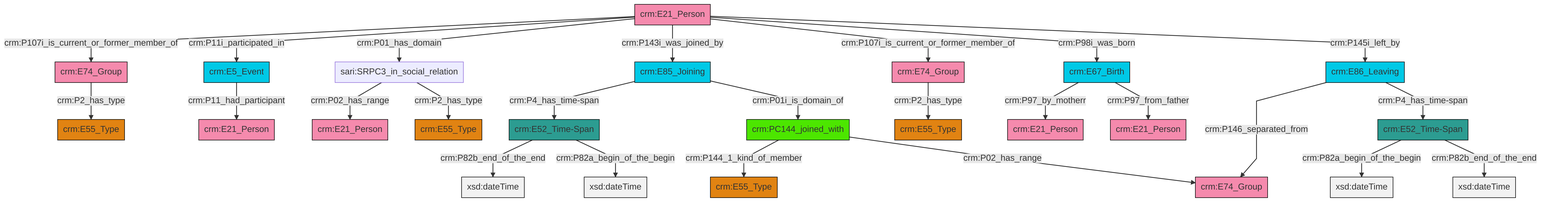
swiss-art-research-net/reference-data-models keeps this Mermaid diagram as et/personCSV/ttl/mmd/png/Person_Actor_Relations.png. Above is the earlier version. Its source is kept beside it as et/personCSV/ttl/mmd/Person_Actor_Relations.ttl.mmd.
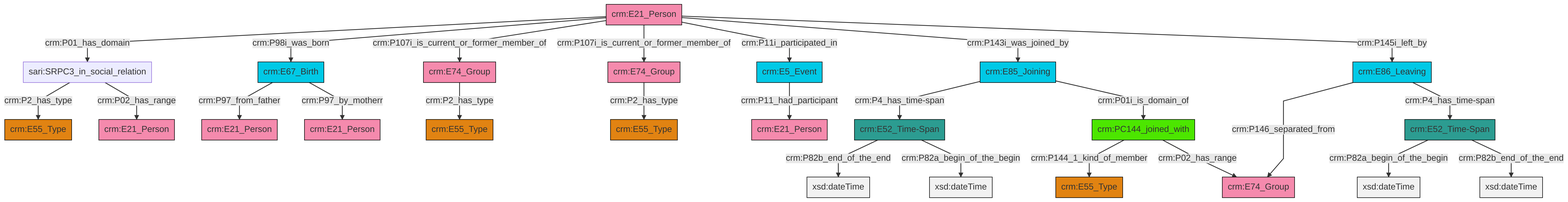
After the change.

What changed in the source:
```diff
@@ -13,27 +13,27 @@
 classDef PC_Classes fill:#4ce600, stroke:#000000;
 classDef Multi fill:#cccccc,stroke:#000000;
 
-0["crm:E86_Leaving"]:::Temporal_Entity -->|crm:P146_separated_from| 1["crm:E74_Group"]:::Actor
-2["crm:E52_Time-Span"]:::Time-Span -->|crm:P82b_end_of_the_end| 3[xsd:dateTime]:::Literal
-10["crm:E21_Person"]:::Actor -->|crm:P107i_is_current_or_former_member_of| 11["crm:E74_Group"]:::Actor
-14["crm:PC144_joined_with"]:::PC_Classes -->|crm:P144_1_kind_of_member| 15["crm:E55_Type"]:::Type
-0["crm:E86_Leaving"]:::Temporal_Entity -->|crm:P4_has_time-span| 20["crm:E52_Time-Span"]:::Time-Span
-20["crm:E52_Time-Span"]:::Time-Span -->|crm:P82a_begin_of_the_begin| 21[xsd:dateTime]:::Literal
-10["crm:E21_Person"]:::Actor -->|crm:P11i_participated_in| 18["crm:E5_Event"]:::Temporal_Entity
-22["crm:E67_Birth"]:::Temporal_Entity -->|crm:P97_by_motherr| 8["crm:E21_Person"]:::Actor
-12["sari:SRPC3_in_social_relation"]:::Default -->|crm:P02_has_range| 23["crm:E21_Person"]:::Actor
-2["crm:E52_Time-Span"]:::Time-Span -->|crm:P82a_begin_of_the_begin| 24[xsd:dateTime]:::Literal
-11["crm:E74_Group"]:::Actor -->|crm:P2_has_type| 26["crm:E55_Type"]:::Type
-10["crm:E21_Person"]:::Actor -->|crm:P01_has_domain| 12["sari:SRPC3_in_social_relation"]:::Default
-14["crm:PC144_joined_with"]:::PC_Classes -->|crm:P02_has_range| 1["crm:E74_Group"]:::Actor
-10["crm:E21_Person"]:::Actor -->|crm:P143i_was_joined_by| 29["crm:E85_Joining"]:::Temporal_Entity
-12["sari:SRPC3_in_social_relation"]:::Default -->|crm:P2_has_type| 30["crm:E55_Type"]:::Type
-10["crm:E21_Person"]:::Actor -->|crm:P107i_is_current_or_former_member_of| 4["crm:E74_Group"]:::Actor
-10["crm:E21_Person"]:::Actor -->|crm:P98i_was_born| 22["crm:E67_Birth"]:::Temporal_Entity
-4["crm:E74_Group"]:::Actor -->|crm:P2_has_type| 6["crm:E55_Type"]:::Type
-20["crm:E52_Time-Span"]:::Time-Span -->|crm:P82b_end_of_the_end| 32[xsd:dateTime]:::Literal
-18["crm:E5_Event"]:::Temporal_Entity -->|crm:P11_had_participant| 27["crm:E21_Person"]:::Actor
-10["crm:E21_Person"]:::Actor -->|crm:P145i_left_by| 0["crm:E86_Leaving"]:::Temporal_Entity
-29["crm:E85_Joining"]:::Temporal_Entity -->|crm:P4_has_time-span| 2["crm:E52_Time-Span"]:::Time-Span
-22["crm:E67_Birth"]:::Temporal_Entity -->|crm:P97_from_father| 36["crm:E21_Person"]:::Actor
-29["crm:E85_Joining"]:::Temporal_Entity -->|crm:P01i_is_domain_of| 14["crm:PC144_joined_with"]:::PC_Classes
+0["crm:E5_Event"]:::Temporal_Entity -->|crm:P11_had_participant| 6["crm:E21_Person"]:::Actor
+7["crm:PC144_joined_with"]:::PC_Classes -->|crm:P144_1_kind_of_member| 9["crm:E55_Type"]:::Type
+14["crm:E21_Person"]:::Actor -->|crm:P01_has_domain| 15["sari:SRPC3_in_social_relation"]:::Default
+12["crm:E52_Time-Span"]:::Time-Span -->|crm:P82b_end_of_the_end| 16[xsd:dateTime]:::Literal
+17["crm:E85_Joining"]:::Temporal_Entity -->|crm:P4_has_time-span| 12["crm:E52_Time-Span"]:::Time-Span
+23["crm:E52_Time-Span"]:::Time-Span -->|crm:P82a_begin_of_the_begin| 24[xsd:dateTime]:::Literal
+27["crm:E67_Birth"]:::Temporal_Entity -->|crm:P97_from_father| 28["crm:E21_Person"]:::Actor
+14["crm:E21_Person"]:::Actor -->|crm:P98i_was_born| 27["crm:E67_Birth"]:::Temporal_Entity
+34["crm:E86_Leaving"]:::Temporal_Entity -->|crm:P146_separated_from| 4["crm:E74_Group"]:::Actor
+14["crm:E21_Person"]:::Actor -->|crm:P107i_is_current_or_former_member_of| 32["crm:E74_Group"]:::Actor
+14["crm:E21_Person"]:::Actor -->|crm:P107i_is_current_or_former_member_of| 25["crm:E74_Group"]:::Actor
+15["sari:SRPC3_in_social_relation"]:::Default -->|crm:P2_has_type| 10["crm:E55_Type"]:::Type
+23["crm:E52_Time-Span"]:::Time-Span -->|crm:P82b_end_of_the_end| 35[xsd:dateTime]:::Literal
+25["crm:E74_Group"]:::Actor -->|crm:P2_has_type| 20["crm:E55_Type"]:::Type
+14["crm:E21_Person"]:::Actor -->|crm:P11i_participated_in| 0["crm:E5_Event"]:::Temporal_Entity
+14["crm:E21_Person"]:::Actor -->|crm:P143i_was_joined_by| 17["crm:E85_Joining"]:::Temporal_Entity
+27["crm:E67_Birth"]:::Temporal_Entity -->|crm:P97_by_motherr| 39["crm:E21_Person"]:::Actor
+15["sari:SRPC3_in_social_relation"]:::Default -->|crm:P02_has_range| 2["crm:E21_Person"]:::Actor
+17["crm:E85_Joining"]:::Temporal_Entity -->|crm:P01i_is_domain_of| 7["crm:PC144_joined_with"]:::PC_Classes
+14["crm:E21_Person"]:::Actor -->|crm:P145i_left_by| 34["crm:E86_Leaving"]:::Temporal_Entity
+12["crm:E52_Time-Span"]:::Time-Span -->|crm:P82a_begin_of_the_begin| 43[xsd:dateTime]:::Literal
+7["crm:PC144_joined_with"]:::PC_Classes -->|crm:P02_has_range| 4["crm:E74_Group"]:::Actor
+32["crm:E74_Group"]:::Actor -->|crm:P2_has_type| 18["crm:E55_Type"]:::Type
+34["crm:E86_Leaving"]:::Temporal_Entity -->|crm:P4_has_time-span| 23["crm:E52_Time-Span"]:::Time-Span
```
